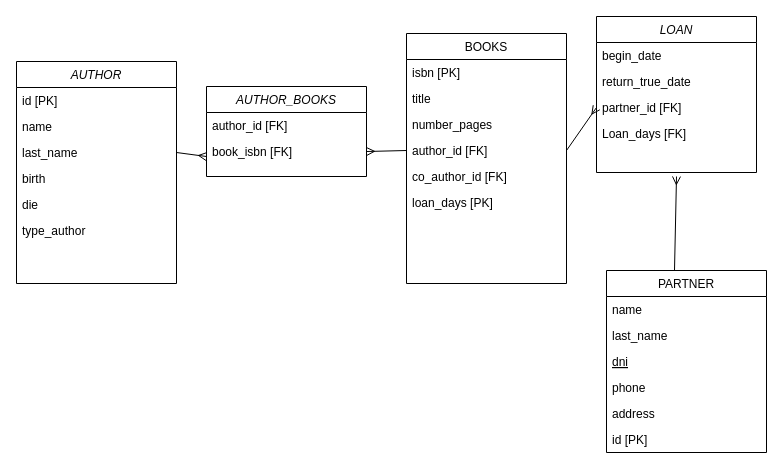
MendezPedro/Prueba_Modelamiento keeps this draw.io diagram as D_LOGICO.drawio. Above is the earlier version. Source tidied: cells renumbered, new cells numbered last; positions are measured from the earlier drawing's top-left corner, leaving out a move shared by most shapes. Both pictures are drawn from the tidied source at 100%, with x=0, y=0 at pixel (16, 16).
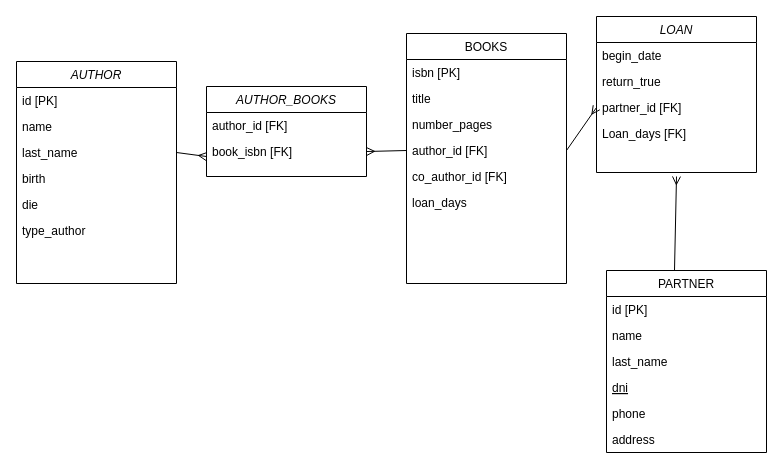
The same page after the edit.

Unchanged cells that the change refers to:
```xml
<mxCell id="2" value="LOAN" style="swimlane;fontStyle=2;align=center;verticalAlign=top;horizontal=1;startSize=26;rounded=0;shadow=0;strokeWidth=1;" parent="1" vertex="1">
  <mxGeometry x="580" width="160" height="156" as="geometry" />
</mxCell>
<mxCell id="7" value="PARTNER" style="swimlane;fontStyle=0;align=center;verticalAlign=top;horizontal=1;startSize=26;rounded=0;shadow=0;strokeWidth=1;" parent="1" vertex="1">
  <mxGeometry x="590" y="254" width="160" height="182" as="geometry" />
</mxCell>
<mxCell id="14" value="BOOKS" style="swimlane;fontStyle=0;align=center;verticalAlign=top;horizontal=1;startSize=26;rounded=0;shadow=0;strokeWidth=1;" parent="1" vertex="1">
  <mxGeometry x="390" y="17" width="160" height="250" as="geometry" />
</mxCell>
```

What changed in the source:
```diff
@@
-    <mxCell id="4" value="return_true_date" style="text;align=left;verticalAlign=top;spacingLeft=4;spacingRight=4;overflow=hidden;rounded=0;shadow=0;html=0;" parent="2" vertex="1">
+    <mxCell id="4" value="return_true" style="text;align=left;verticalAlign=top;spacingLeft=4;spacingRight=4;overflow=hidden;rounded=0;shadow=0;html=0;" parent="2" vertex="1">
       <mxGeometry y="52" width="160" height="26" as="geometry" />
     </mxCell>
@@
+    <mxCell id="13" value="id [PK]" style="text;align=left;verticalAlign=top;spacingLeft=4;spacingRight=4;overflow=hidden;" parent="7" vertex="1">
+      <mxGeometry y="26" width="160" height="26" as="geometry" />
+    </mxCell>
     <mxCell id="8" value="name" style="text;align=left;verticalAlign=top;spacingLeft=4;spacingRight=4;overflow=hidden;" parent="7" vertex="1">
-      <mxGeometry y="26" width="160" height="26" as="geometry" />
+      <mxGeometry y="52" width="160" height="26" as="geometry" />
     </mxCell>
     <mxCell id="9" value="last_name" style="text;align=left;verticalAlign=top;spacingLeft=4;spacingRight=4;overflow=hidden;rounded=0;shadow=0;html=0;" parent="7" vertex="1">
-      <mxGeometry y="52" width="160" height="26" as="geometry" />
+      <mxGeometry y="78" width="160" height="26" as="geometry" />
     </mxCell>
     <mxCell id="10" value="dni" style="text;align=left;verticalAlign=top;spacingLeft=4;spacingRight=4;overflow=hidden;fontStyle=4;" parent="7" vertex="1">
-      <mxGeometry y="78" width="160" height="26" as="geometry" />
+      <mxGeometry y="104" width="160" height="26" as="geometry" />
     </mxCell>
     <mxCell id="11" value="phone" style="text;align=left;verticalAlign=top;spacingLeft=4;spacingRight=4;overflow=hidden;" parent="7" vertex="1">
-      <mxGeometry y="104" width="160" height="26" as="geometry" />
+      <mxGeometry y="130" width="160" height="26" as="geometry" />
     </mxCell>
     <mxCell id="12" value="address" style="text;align=left;verticalAlign=top;spacingLeft=4;spacingRight=4;overflow=hidden;" parent="7" vertex="1">
-      <mxGeometry y="130" width="160" height="26" as="geometry" />
+      <mxGeometry y="156" width="160" height="26" as="geometry" />
     </mxCell>
-    <mxCell id="13" value="id [PK]" style="text;align=left;verticalAlign=top;spacingLeft=4;spacingRight=4;overflow=hidden;" parent="7" vertex="1">
-      <mxGeometry y="156" width="160" height="26" as="geometry" />
-    </mxCell>
@@
-    <mxCell id="20" value="loan_days [PK]" style="text;align=left;verticalAlign=top;spacingLeft=4;spacingRight=4;overflow=hidden;" parent="14" vertex="1">
+    <mxCell id="20" value="loan_days" style="text;align=left;verticalAlign=top;spacingLeft=4;spacingRight=4;overflow=hidden;" parent="14" vertex="1">
       <mxGeometry y="156" width="160" height="26" as="geometry" />
     </mxCell>
```
